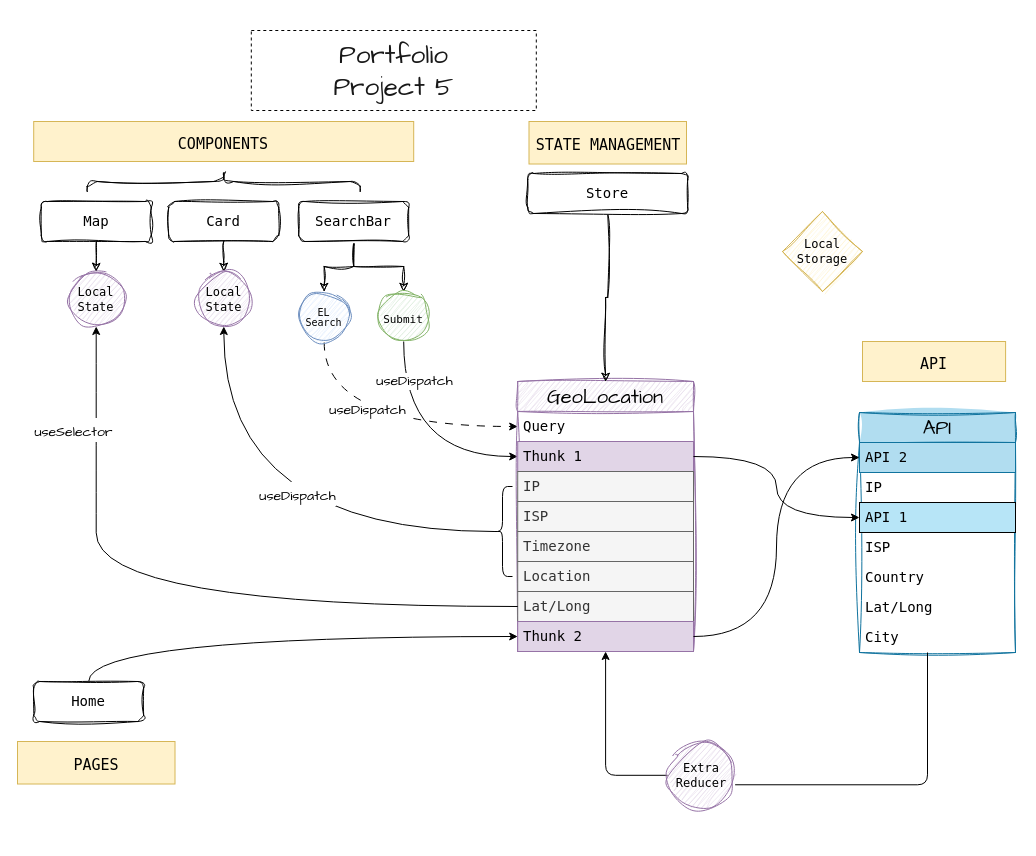
The draw.io diagram page "ARCH" (1 of 2) of design_flowchart.drawio in billybenntt/portfolio-project-5-ip_address_tracker, before the edit. Source tidied: cells renumbered, new cells numbered last; positions are measured from the earlier drawing's top-left corner, leaving out a move shared by most shapes. Both pictures are drawn from the tidied source at 100%, with x=0, y=0 at pixel (17, 30).
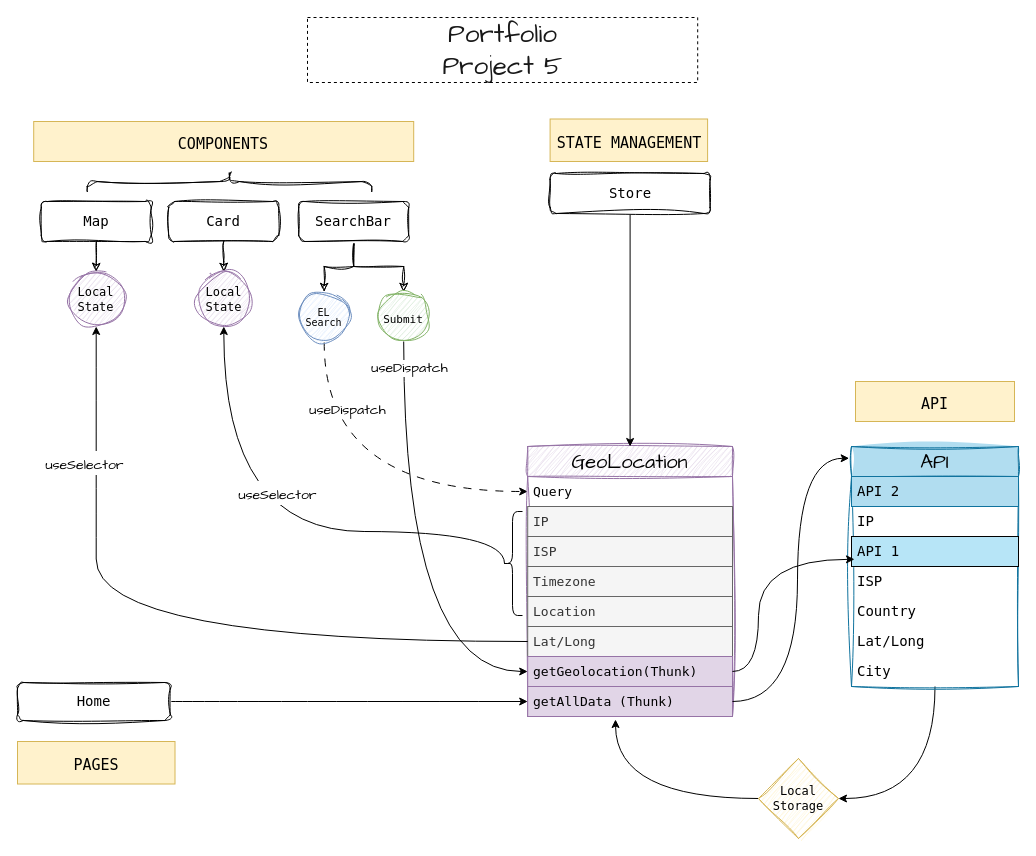
After the change.

The change refers to these unchanged cells:
```xml
<mxCell id="8" style="edgeStyle=orthogonalEdgeStyle;rounded=0;hachureGap=4;jettySize=auto;html=1;entryX=0;entryY=0.5;entryDx=0;entryDy=0;fontFamily=Architects Daughter;fontSize=16;curved=1;flowAnimation=0;" parent="1" edge="1" source="10" target="18">
  <mxGeometry relative="1" as="geometry" />
</mxCell>
<mxCell id="39" style="edgeStyle=orthogonalEdgeStyle;rounded=0;hachureGap=4;jettySize=auto;html=1;entryX=0.5;entryY=1;entryDx=0;entryDy=0;fontFamily=Architects Daughter;fontSize=16;curved=1;" parent="1" edge="1" source="23" target="38">
  <mxGeometry relative="1" as="geometry" />
</mxCell>
<mxCell id="53" style="edgeStyle=orthogonalEdgeStyle;rounded=0;hachureGap=4;jettySize=auto;html=1;entryX=0.1;entryY=0.5;entryDx=0;entryDy=0;entryPerimeter=0;fontFamily=Architects Daughter;fontSize=16;curved=1;startArrow=classic;startFill=1;endArrow=none;endFill=0;" parent="1" edge="1" source="14" target="52">
  <mxGeometry relative="1" as="geometry">
    <Array as="points">
      <mxPoint x="206" y="501" />
    </Array>
  </mxGeometry>
</mxCell>
```

The edit, as a diff of the source:
```diff
@@
     <mxCell id="9" value="useDispatch" style="edgeLabel;html=1;align=center;verticalAlign=middle;fontSize=14;fontFamily=Architects Daughter;rotation=0;" parent="8" vertex="1">
       <mxGeometry x="-0.04" y="22" relative="1" as="geometry">
-        <mxPoint x="-12" y="-71" as="offset" />
+        <mxPoint x="-17" y="-192" as="offset" />
       </mxGeometry>
     </mxCell>
@@
     <mxCell id="11" value="&lt;font style=&quot;font-size: 15px;&quot;&gt;STATE MANAGEMENT&lt;/font&gt;" style="text;html=1;strokeColor=#d6b656;fillColor=#fff2cc;align=center;verticalAlign=middle;whiteSpace=wrap;overflow=hidden;fontSize=20;fontFamily=Lucida Console;" parent="1" vertex="1">
-      <mxGeometry x="511.5" y="91" width="157.5" height="42.5" as="geometry" />
+      <mxGeometry x="532.6" y="88.5" width="157.5" height="42.5" as="geometry" />
     </mxCell>
@@
     <mxCell id="15" value="&lt;font style=&quot;font-size: 15px;&quot;&gt;API&lt;/font&gt;" style="text;html=1;strokeColor=#d6b656;fillColor=#fff2cc;align=center;verticalAlign=middle;whiteSpace=wrap;overflow=hidden;fontSize=20;fontFamily=Lucida Console;" parent="1" vertex="1">
-      <mxGeometry x="845" y="311" width="143.1" height="40" as="geometry" />
+      <mxGeometry x="838" y="351" width="159" height="40" as="geometry" />
     </mxCell>
     <mxCell id="16" value="GeoLocation" style="swimlane;fontStyle=0;horizontal=1;startSize=30;whiteSpace=wrap;html=1;sketch=1;hachureGap=4;jiggle=2;curveFitting=1;fontFamily=Architects Daughter;fontSize=20;fillColor=#e1d5e7;strokeColor=#9673a6;" parent="1" vertex="1">
-      <mxGeometry x="500.2" y="351" width="175.8" height="270" as="geometry" />
+      <mxGeometry x="510.2" y="416" width="204.8" height="270" as="geometry" />
     </mxCell>
-    <mxCell id="17" value="Query" style="text;strokeColor=none;fillColor=none;align=left;verticalAlign=middle;spacingLeft=4;spacingRight=4;overflow=hidden;points=[[0,0.5],[1,0.5]];portConstraint=eastwest;whiteSpace=wrap;html=1;fontSize=14;fontFamily=Lucida Console;" parent="16" vertex="1">
-      <mxGeometry y="30" width="175.8" height="30" as="geometry" />
+    <mxCell id="17" value="Query" style="text;strokeColor=none;fillColor=none;align=left;verticalAlign=middle;spacingLeft=4;spacingRight=4;overflow=hidden;points=[[0,0.5],[1,0.5]];portConstraint=eastwest;whiteSpace=wrap;html=1;fontSize=13;fontFamily=Lucida Console;" parent="16" vertex="1">
+      <mxGeometry y="30" width="204.8" height="30" as="geometry" />
     </mxCell>
-    <mxCell id="18" value="Thunk 1" style="text;strokeColor=#9673a6;fillColor=#e1d5e7;align=left;verticalAlign=middle;spacingLeft=4;spacingRight=4;overflow=hidden;points=[[0,0.5],[1,0.5]];portConstraint=eastwest;whiteSpace=wrap;html=1;fontSize=14;fontFamily=Lucida Console;" parent="16" vertex="1">
-      <mxGeometry y="60" width="175.8" height="30" as="geometry" />
-    </mxCell>
-    <mxCell id="19" value="IP" style="text;strokeColor=#666666;fillColor=#f5f5f5;align=left;verticalAlign=middle;spacingLeft=4;spacingRight=4;overflow=hidden;whiteSpace=wrap;html=1;fontSize=14;fontFamily=Lucida Console;fontColor=#333333;" parent="16" vertex="1">
-      <mxGeometry y="90" width="175.8" height="30" as="geometry" />
+    <mxCell id="19" value="IP" style="text;strokeColor=#666666;fillColor=#f5f5f5;align=left;verticalAlign=middle;spacingLeft=4;spacingRight=4;overflow=hidden;whiteSpace=wrap;html=1;fontSize=13;fontFamily=Lucida Console;fontColor=#333333;" parent="16" vertex="1">
+      <mxGeometry y="60" width="204.8" height="30" as="geometry" />
     </mxCell>
-    <mxCell id="20" value="ISP" style="text;strokeColor=#666666;fillColor=#f5f5f5;align=left;verticalAlign=middle;spacingLeft=4;spacingRight=4;overflow=hidden;whiteSpace=wrap;html=1;fontSize=14;fontFamily=Lucida Console;fontColor=#333333;" parent="16" vertex="1">
-      <mxGeometry y="120" width="175.8" height="30" as="geometry" />
+    <mxCell id="20" value="ISP" style="text;strokeColor=#666666;fillColor=#f5f5f5;align=left;verticalAlign=middle;spacingLeft=4;spacingRight=4;overflow=hidden;whiteSpace=wrap;html=1;fontSize=13;fontFamily=Lucida Console;fontColor=#333333;" parent="16" vertex="1">
+      <mxGeometry y="90" width="204.8" height="30" as="geometry" />
     </mxCell>
-    <mxCell id="21" value="Timezone" style="text;strokeColor=#666666;fillColor=#f5f5f5;align=left;verticalAlign=middle;spacingLeft=4;spacingRight=4;overflow=hidden;whiteSpace=wrap;html=1;fontSize=14;fontFamily=Lucida Console;fontColor=#333333;" parent="16" vertex="1">
-      <mxGeometry y="150" width="175.8" height="30" as="geometry" />
+    <mxCell id="21" value="Timezone" style="text;strokeColor=#666666;fillColor=#f5f5f5;align=left;verticalAlign=middle;spacingLeft=4;spacingRight=4;overflow=hidden;whiteSpace=wrap;html=1;fontSize=13;fontFamily=Lucida Console;fontColor=#333333;" parent="16" vertex="1">
+      <mxGeometry y="120" width="204.8" height="30" as="geometry" />
     </mxCell>
-    <mxCell id="22" value="Location" style="text;strokeColor=#666666;fillColor=#f5f5f5;align=left;verticalAlign=middle;spacingLeft=4;spacingRight=4;overflow=hidden;whiteSpace=wrap;html=1;fontSize=14;fontFamily=Lucida Console;fontColor=#333333;" parent="16" vertex="1">
-      <mxGeometry y="180" width="175.8" height="30" as="geometry" />
+    <mxCell id="22" value="Location" style="text;strokeColor=#666666;fillColor=#f5f5f5;align=left;verticalAlign=middle;spacingLeft=4;spacingRight=4;overflow=hidden;whiteSpace=wrap;html=1;fontSize=13;fontFamily=Lucida Console;fontColor=#333333;" parent="16" vertex="1">
+      <mxGeometry y="150" width="204.8" height="30" as="geometry" />
     </mxCell>
-    <mxCell id="23" value="Lat/Long" style="text;strokeColor=#666666;fillColor=#f5f5f5;align=left;verticalAlign=middle;spacingLeft=4;spacingRight=4;overflow=hidden;points=[[0,0.5],[1,0.5]];portConstraint=eastwest;whiteSpace=wrap;html=1;fontSize=14;fontFamily=Lucida Console;fontColor=#333333;" parent="16" vertex="1">
-      <mxGeometry y="210" width="175.8" height="30" as="geometry" />
+    <mxCell id="23" value="Lat/Long" style="text;strokeColor=#666666;fillColor=#f5f5f5;align=left;verticalAlign=middle;spacingLeft=4;spacingRight=4;overflow=hidden;points=[[0,0.5],[1,0.5]];portConstraint=eastwest;whiteSpace=wrap;html=1;fontSize=13;fontFamily=Lucida Console;fontColor=#333333;" parent="16" vertex="1">
+      <mxGeometry y="180" width="204.8" height="30" as="geometry" />
     </mxCell>
+    <mxCell id="18" value="getGeolocation(Thunk)" style="text;strokeColor=#9673a6;fillColor=#e1d5e7;align=left;verticalAlign=middle;spacingLeft=4;spacingRight=4;overflow=hidden;points=[[0,0.5],[1,0.5]];portConstraint=eastwest;whiteSpace=wrap;html=1;fontSize=13;fontFamily=Lucida Console;" parent="16" vertex="1">
+      <mxGeometry y="210" width="204.8" height="30" as="geometry" />
+    </mxCell>
-    <mxCell id="24" value="Thunk 2" style="text;strokeColor=#9673a6;fillColor=#e1d5e7;align=left;verticalAlign=middle;spacingLeft=4;spacingRight=4;overflow=hidden;points=[[0,0.5],[1,0.5]];portConstraint=eastwest;whiteSpace=wrap;html=1;fontSize=14;fontFamily=Lucida Console;" parent="16" vertex="1">
-      <mxGeometry y="240" width="175.8" height="30" as="geometry" />
+    <mxCell id="24" value="getAllData (Thunk)" style="text;strokeColor=#9673a6;fillColor=#e1d5e7;align=left;verticalAlign=middle;spacingLeft=4;spacingRight=4;overflow=hidden;points=[[0,0.5],[1,0.5]];portConstraint=eastwest;whiteSpace=wrap;html=1;fontSize=13;fontFamily=Lucida Console;" parent="16" vertex="1">
+      <mxGeometry y="240" width="204.8" height="30" as="geometry" />
     </mxCell>
+    <mxCell id="55" style="edgeStyle=orthogonalEdgeStyle;rounded=0;hachureGap=4;jettySize=auto;html=1;entryX=1;entryY=0.5;entryDx=0;entryDy=0;fontFamily=Architects Daughter;fontSize=16;curved=1;" parent="1" edge="1" source="25" target="45">
+      <mxGeometry relative="1" as="geometry">
+        <Array as="points">
+          <mxPoint x="917" y="768" />
+        </Array>
+      </mxGeometry>
+    </mxCell>
     <mxCell id="25" value="API" style="swimlane;fontStyle=0;horizontal=1;startSize=30;whiteSpace=wrap;html=1;sketch=1;hachureGap=4;jiggle=2;curveFitting=1;fontFamily=Architects Daughter;fontSize=20;fillColor=#b1ddf0;strokeColor=#10739e;fillStyle=solid;" parent="1" vertex="1">
-      <mxGeometry x="842" y="382" width="156" height="240" as="geometry" />
+      <mxGeometry x="834" y="416" width="167" height="240" as="geometry" />
     </mxCell>
     <mxCell id="26" value="API 2" style="text;strokeColor=#10739e;fillColor=#b1ddf0;align=left;verticalAlign=middle;spacingLeft=4;spacingRight=4;overflow=hidden;points=[[0,0.5],[1,0.5]];portConstraint=eastwest;whiteSpace=wrap;html=1;fontSize=14;fontFamily=Lucida Console;" parent="25" vertex="1">
-      <mxGeometry y="30" width="156" height="30" as="geometry" />
+      <mxGeometry y="30" width="167" height="30" as="geometry" />
     </mxCell>
     <mxCell id="27" value="IP" style="text;strokeColor=none;fillColor=none;align=left;verticalAlign=middle;spacingLeft=4;spacingRight=4;overflow=hidden;whiteSpace=wrap;html=1;fontSize=14;fontFamily=Lucida Console;" parent="25" vertex="1">
-      <mxGeometry y="60" width="156" height="30" as="geometry" />
+      <mxGeometry y="60" width="167" height="30" as="geometry" />
     </mxCell>
     <mxCell id="28" value="API 1" style="text;strokeColor=default;fillColor=#B7E5F7;align=left;verticalAlign=middle;spacingLeft=4;spacingRight=4;overflow=hidden;points=[[0,0.5],[1,0.5]];portConstraint=eastwest;whiteSpace=wrap;html=1;fontSize=14;fontFamily=Lucida Console;fillStyle=solid;" parent="25" vertex="1">
-      <mxGeometry y="90" width="156" height="30" as="geometry" />
+      <mxGeometry y="90" width="167" height="30" as="geometry" />
     </mxCell>
     <mxCell id="29" value="ISP" style="text;strokeColor=none;fillColor=none;align=left;verticalAlign=middle;spacingLeft=4;spacingRight=4;overflow=hidden;whiteSpace=wrap;html=1;fontSize=14;fontFamily=Lucida Console;" parent="25" vertex="1">
-      <mxGeometry y="120" width="156" height="30" as="geometry" />
+      <mxGeometry y="120" width="167" height="30" as="geometry" />
     </mxCell>
     <mxCell id="30" value="Country" style="text;strokeColor=none;fillColor=none;align=left;verticalAlign=middle;spacingLeft=4;spacingRight=4;overflow=hidden;whiteSpace=wrap;html=1;fontSize=14;fontFamily=Lucida Console;" parent="25" vertex="1">
-      <mxGeometry y="150" width="156" height="30" as="geometry" />
+      <mxGeometry y="150" width="167" height="30" as="geometry" />
     </mxCell>
     <mxCell id="31" value="Lat/Long" style="text;strokeColor=none;fillColor=none;align=left;verticalAlign=middle;spacingLeft=4;spacingRight=4;overflow=hidden;whiteSpace=wrap;html=1;fontSize=14;fontFamily=Lucida Console;" parent="25" vertex="1">
-      <mxGeometry y="180" width="156" height="30" as="geometry" />
+      <mxGeometry y="180" width="167" height="30" as="geometry" />
     </mxCell>
     <mxCell id="32" value="City" style="text;strokeColor=none;fillColor=none;align=left;verticalAlign=middle;spacingLeft=4;spacingRight=4;overflow=hidden;whiteSpace=wrap;html=1;fontSize=14;fontFamily=Lucida Console;" parent="25" vertex="1">
-      <mxGeometry y="210" width="156" height="30" as="geometry" />
+      <mxGeometry y="210" width="167" height="30" as="geometry" />
     </mxCell>
     <mxCell id="33" value="Portfolio&lt;br style=&quot;font-size: 26px;&quot;&gt;Project 5&lt;br style=&quot;font-size: 26px;&quot;&gt;" style="text;strokeColor=default;fillColor=default;html=1;fontSize=26;fontStyle=0;verticalAlign=middle;align=center;fontFamily=Architects Daughter;labelBorderColor=none;textOpacity=90;spacingTop=1;rounded=0;glass=0;shadow=0;imageAspect=1;absoluteArcSize=0;direction=east;dashed=1;" parent="1" vertex="1">
-      <mxGeometry x="233.8" width="285" height="80" as="geometry" />
+      <mxGeometry x="290" y="-13" width="390.2" height="65" as="geometry" />
     </mxCell>
-    <mxCell id="34" style="edgeStyle=orthogonalEdgeStyle;rounded=0;hachureGap=4;jettySize=auto;html=1;fontFamily=Architects Daughter;fontSize=16;strokeColor=default;sketch=1;curveFitting=1;jiggle=2;" parent="1" edge="1" source="35" target="16">
+    <mxCell id="34" style="edgeStyle=orthogonalEdgeStyle;rounded=0;hachureGap=4;jettySize=auto;html=1;fontFamily=Architects Daughter;fontSize=16;strokeColor=default;" parent="1" edge="1" source="35" target="16">
       <mxGeometry relative="1" as="geometry" />
     </mxCell>
     <mxCell id="35" value="Store" style="rounded=1;whiteSpace=wrap;html=1;sketch=1;hachureGap=4;jiggle=2;curveFitting=1;fontFamily=Lucida Console;fontSize=14;" parent="1" vertex="1">
-      <mxGeometry x="510.2" y="143" width="160" height="40" as="geometry" />
+      <mxGeometry x="532.6" y="143" width="160" height="40" as="geometry" />
     </mxCell>
@@
-    <mxCell id="40" value="&lt;font style=&quot;font-size: 14px;&quot;&gt;useSelector&lt;/font&gt;" style="edgeLabel;html=1;align=center;verticalAlign=middle;fontSize=20;fontFamily=Architects Daughter;" parent="39" vertex="1">
+    <mxCell id="40" value="&lt;font style=&quot;font-size: 14px;&quot;&gt;useSelector&lt;/font&gt;" style="edgeLabel;html=1;align=center;verticalAlign=middle;fontSize=20;fontFamily=Architects Daughter;fontStyle=0;" parent="39" vertex="1">
       <mxGeometry x="-0.06" y="-33" relative="1" as="geometry">
-        <mxPoint x="-115" y="-145" as="offset" />
+        <mxPoint x="-93" y="-147" as="offset" />
       </mxGeometry>
     </mxCell>
@@
     <mxCell id="42" value="&lt;font style=&quot;font-size: 14px;&quot;&gt;Home&lt;/font&gt;" style="rounded=1;whiteSpace=wrap;html=1;sketch=1;hachureGap=4;jiggle=2;curveFitting=1;fontFamily=Lucida Console;fontSize=14;" parent="1" vertex="1">
-      <mxGeometry x="16.2" y="651" width="110" height="40" as="geometry" />
+      <mxGeometry y="652" width="152.8" height="38" as="geometry" />
     </mxCell>
@@
     <mxCell id="44" style="shape=curlyBracket;whiteSpace=wrap;html=1;rounded=1;flipH=1;labelPosition=right;verticalLabelPosition=middle;align=left;verticalAlign=middle;sketch=1;hachureGap=4;jiggle=2;curveFitting=1;fontFamily=Architects Daughter;fontSize=20;rotation=-90;" parent="1" vertex="1">
-      <mxGeometry x="196.2" y="14.5" width="20" height="273" as="geometry" />
+      <mxGeometry x="202" y="8.8" width="20" height="284.5" as="geometry" />
     </mxCell>
+    <mxCell id="56" style="edgeStyle=orthogonalEdgeStyle;rounded=0;hachureGap=4;jettySize=auto;html=1;fontFamily=Architects Daughter;fontSize=16;curved=1;" parent="1" edge="1" source="45">
+      <mxGeometry relative="1" as="geometry">
+        <mxPoint x="598" y="689" as="targetPoint" />
+      </mxGeometry>
+    </mxCell>
     <mxCell id="45" value="Local&lt;br&gt;Storage" style="rhombus;whiteSpace=wrap;html=1;fontFamily=Lucida Console;fillColor=#fff2cc;strokeColor=#d6b656;sketch=1;hachureGap=4;jiggle=2;curveFitting=1;" parent="1" vertex="1">
-      <mxGeometry x="765" y="181" width="80" height="80" as="geometry" />
+      <mxGeometry x="741" y="728" width="80" height="80" as="geometry" />
     </mxCell>
     <mxCell id="46" value="useDispatch" style="edgeLabel;html=1;align=center;verticalAlign=middle;fontSize=14;fontFamily=Architects Daughter;rotation=0;" parent="1" vertex="1">
-      <mxGeometry x="281.2" y="351" as="geometry">
+      <mxGeometry x="261.2" y="351" as="geometry">
         <mxPoint x="68" y="28" as="offset" />
       </mxGeometry>
     </mxCell>
-    <mxCell id="47" style="edgeStyle=orthogonalEdgeStyle;rounded=1;hachureGap=4;jettySize=auto;html=1;fontFamily=Architects Daughter;fontSize=16;curved=0;entryX=0.5;entryY=1;entryDx=0;entryDy=0;" parent="1" edge="1" source="48" target="16">
-      <mxGeometry relative="1" as="geometry">
-        <Array as="points">
-          <mxPoint x="588" y="745" />
-        </Array>
-      </mxGeometry>
-    </mxCell>
-    <mxCell id="48" value="&lt;p style=&quot;line-height: 120%;&quot;&gt;&lt;font style=&quot;font-size: 12px;&quot;&gt;Extra&lt;br&gt;Reducer&lt;br style=&quot;font-size: 12px;&quot;&gt;&lt;/font&gt;&lt;/p&gt;" style="ellipse;whiteSpace=wrap;html=1;sketch=1;hachureGap=4;jiggle=2;curveFitting=1;fontFamily=Lucida Console;fontSize=12;fillColor=#e1d5e7;strokeColor=#9673a6;" parent="1" vertex="1">
-      <mxGeometry x="650" y="711" width="67.5" height="67.5" as="geometry" />
-    </mxCell>
-    <mxCell id="49" style="edgeStyle=orthogonalEdgeStyle;rounded=1;hachureGap=4;jettySize=auto;html=1;entryX=1.002;entryY=0.641;entryDx=0;entryDy=0;entryPerimeter=0;fontFamily=Architects Daughter;fontSize=16;curved=0;endArrow=none;endFill=0;" parent="1" edge="1" source="25" target="48">
-      <mxGeometry relative="1" as="geometry">
-        <Array as="points">
-          <mxPoint x="910" y="754" />
-        </Array>
-      </mxGeometry>
-    </mxCell>
-    <mxCell id="50" style="edgeStyle=orthogonalEdgeStyle;rounded=0;hachureGap=4;jettySize=auto;html=1;entryX=0;entryY=0.5;entryDx=0;entryDy=0;fontFamily=Architects Daughter;fontSize=16;curved=1;" parent="1" edge="1" source="24" target="26">
-      <mxGeometry relative="1" as="geometry" />
-    </mxCell>
-    <mxCell id="51" style="edgeStyle=orthogonalEdgeStyle;rounded=0;hachureGap=4;jettySize=auto;html=1;entryX=0;entryY=0.5;entryDx=0;entryDy=0;fontFamily=Architects Daughter;fontSize=16;curved=1;" parent="1" edge="1" source="18" target="28">
-      <mxGeometry relative="1" as="geometry" />
-    </mxCell>
     <mxCell id="52" style="shape=curlyBracket;whiteSpace=wrap;html=1;rounded=1;labelPosition=left;verticalLabelPosition=middle;align=right;verticalAlign=middle;hachureGap=4;fontFamily=Architects Daughter;fontSize=20;" parent="1" vertex="1">
-      <mxGeometry x="475" y="456" width="20" height="90" as="geometry" />
+      <mxGeometry x="485" y="481" width="20" height="104" as="geometry" />
     </mxCell>
@@
-    <mxCell id="54" value="&lt;font style=&quot;font-size: 14px;&quot;&gt;useDispatch&lt;/font&gt;" style="edgeLabel;html=1;align=center;verticalAlign=middle;fontSize=20;fontFamily=Architects Daughter;" parent="53" vertex="1">
-      <mxGeometry x="0.17" y="39" relative="1" as="geometry" />
+    <mxCell id="54" value="&lt;font style=&quot;font-size: 14px;&quot;&gt;useSelector&lt;/font&gt;" style="edgeLabel;html=1;align=center;verticalAlign=middle;fontSize=20;fontFamily=Architects Daughter;" parent="53" vertex="1">
+      <mxGeometry x="0.17" y="39" relative="1" as="geometry">
+        <mxPoint x="-45" y="-1" as="offset" />
+      </mxGeometry>
     </mxCell>
+    <mxCell id="57" style="edgeStyle=orthogonalEdgeStyle;rounded=0;hachureGap=4;jettySize=auto;html=1;entryX=-0.014;entryY=0.049;entryDx=0;entryDy=0;entryPerimeter=0;fontFamily=Architects Daughter;fontSize=16;curved=1;" parent="1" edge="1" source="24" target="25">
+      <mxGeometry relative="1" as="geometry">
+        <Array as="points">
+          <mxPoint x="780" y="671" />
+          <mxPoint x="780" y="428" />
+        </Array>
+      </mxGeometry>
+    </mxCell>
+    <mxCell id="51" style="edgeStyle=orthogonalEdgeStyle;rounded=0;hachureGap=4;jettySize=auto;html=1;entryX=0.018;entryY=0.761;entryDx=0;entryDy=0;entryPerimeter=0;fontFamily=Architects Daughter;fontSize=16;curved=1;" parent="1" edge="1" source="18" target="28">
+      <mxGeometry relative="1" as="geometry">
+        <Array as="points">
+          <mxPoint x="741" y="641" />
+          <mxPoint x="741" y="529" />
+        </Array>
+      </mxGeometry>
+    </mxCell>
```
